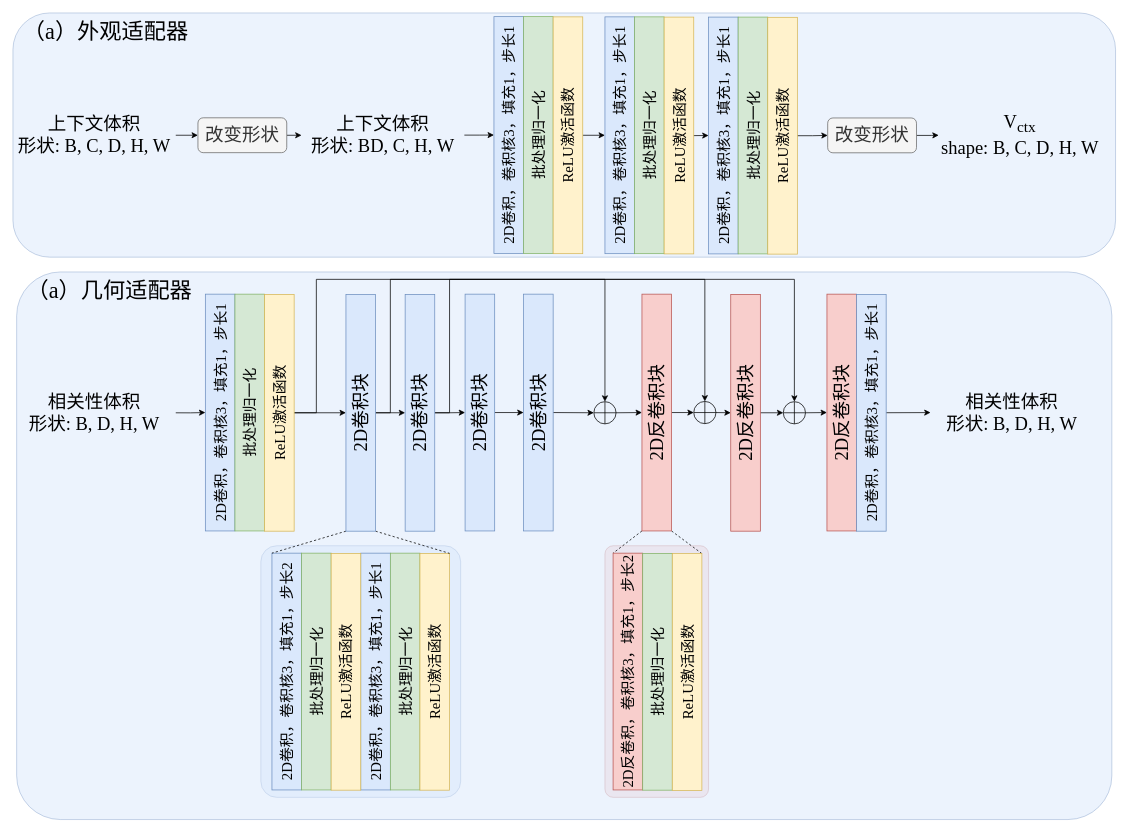
This is nerf_decoder.drawio from wangpinzhi/wangpinzhi.github.io, a draw.io file, before an edit. Source tidied: cells renumbered, new cells numbered last; positions are measured from the earlier drawing's top-left corner, leaving out a move shared by most shapes. Both pictures are drawn from the tidied source at 74%, with x=0, y=0 at pixel (13, 13).
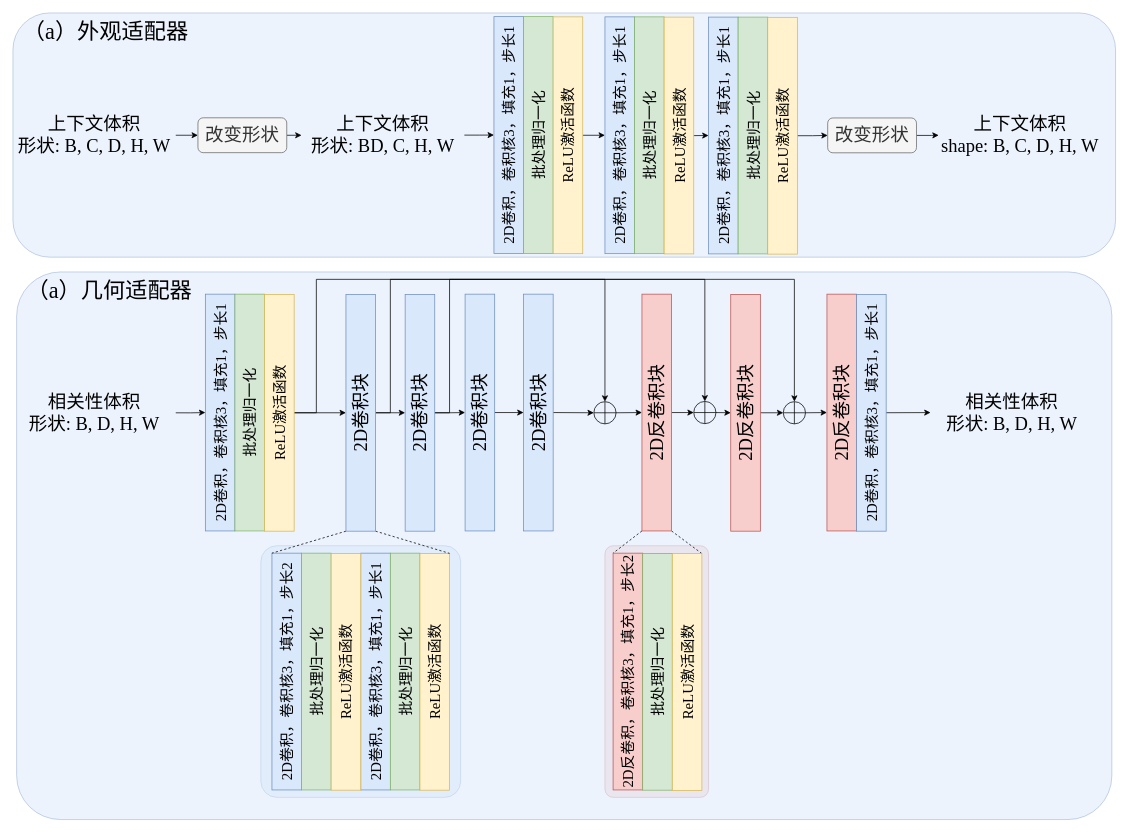
After the change.

Diff of the diagram source:
```diff
@@
-    <mxCell id="20" value="V&lt;sub&gt;ctx&lt;/sub&gt;&lt;div&gt;shape: B, C, D, H, W&lt;/div&gt;" style="text;html=1;align=center;verticalAlign=middle;whiteSpace=wrap;rounded=0;fontFamily=Times New Roman;fontSize=25;" parent="1" vertex="1">
+    <mxCell id="20" value="上下文体积&lt;br&gt;&lt;div&gt;shape: B, C, D, H, W&lt;/div&gt;" style="text;html=1;align=center;verticalAlign=middle;whiteSpace=wrap;rounded=0;fontFamily=Times New Roman;fontSize=25;" parent="1" vertex="1">
       <mxGeometry x="1251" y="132.6" width="220" height="65.3" as="geometry" />
     </mxCell>
```
